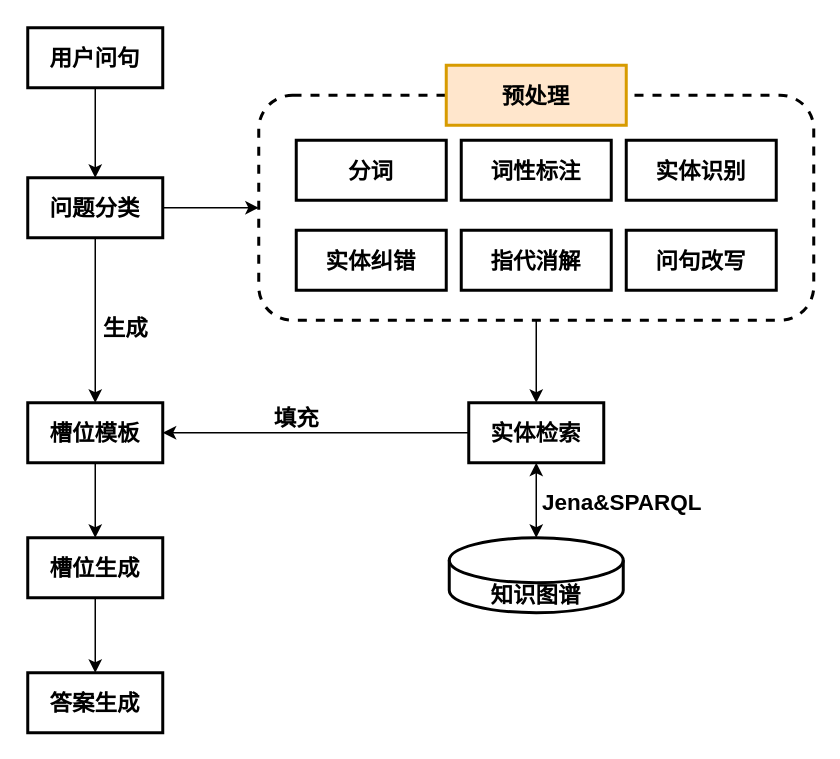
Above: QA_sys_build.drawio in junchaoIU/Diagrams_library (draw.io), before the change. Source tidied: cells renumbered, new cells numbered last; positions are measured from the earlier drawing's top-left corner, leaving out a move shared by most shapes. Both pictures are drawn from the tidied source at 150%, with x=0, y=0 at pixel (27, 27).
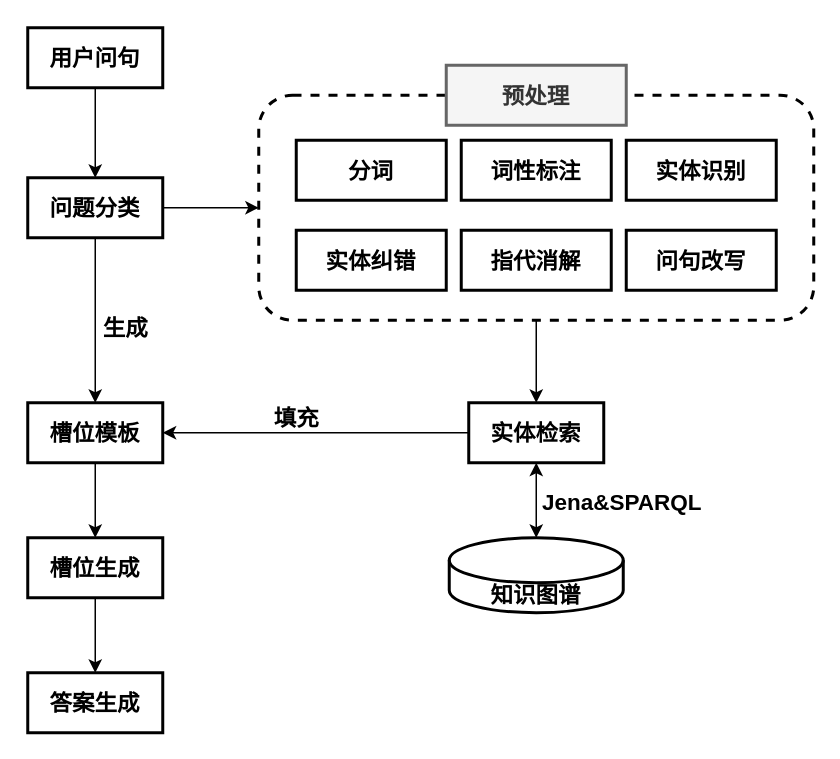
The same page after the edit.

Change to the diagram source:
```diff
@@
-    <mxCell id="15" value="&lt;b&gt;预处理&lt;/b&gt;" style="rounded=0;whiteSpace=wrap;html=1;fontSize=15;strokeWidth=2;fillColor=#ffe6cc;strokeColor=#d79b00;" parent="1" vertex="1">
+    <mxCell id="15" value="&lt;b&gt;预处理&lt;/b&gt;" style="rounded=0;whiteSpace=wrap;html=1;fontSize=15;strokeWidth=2;fillColor=#f5f5f5;strokeColor=#666666;fontColor=#333333;" parent="1" vertex="1">
       <mxGeometry x="279" y="25" width="120" height="40" as="geometry" />
     </mxCell>
```
